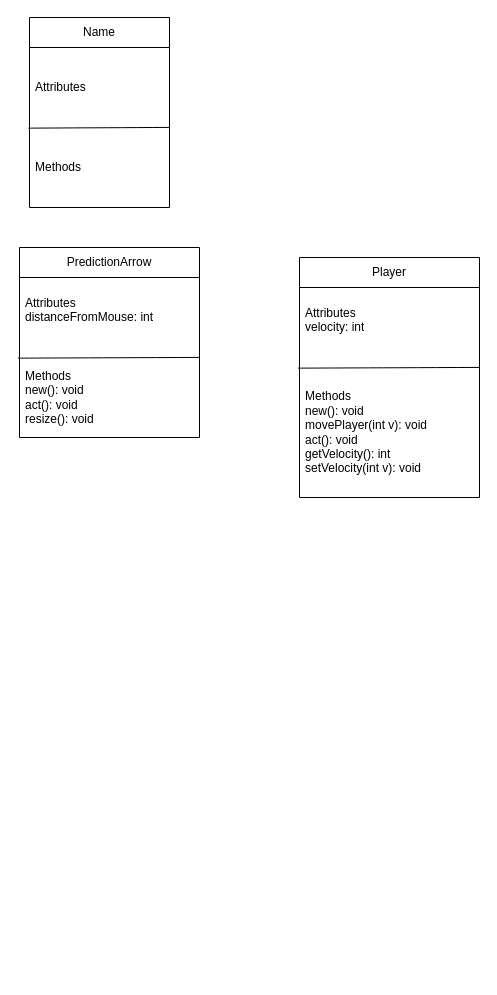
Earlier version of the draw.io diagram Class diagrams.drawio (BHASVIC-GabrielChan25/Coursework). Source tidied: cells renumbered, new cells numbered last; positions are measured from the earlier drawing's top-left corner, leaving out a move shared by most shapes. Both pictures are drawn from the tidied source at 100%, with x=0, y=0 at pixel (19, 17).
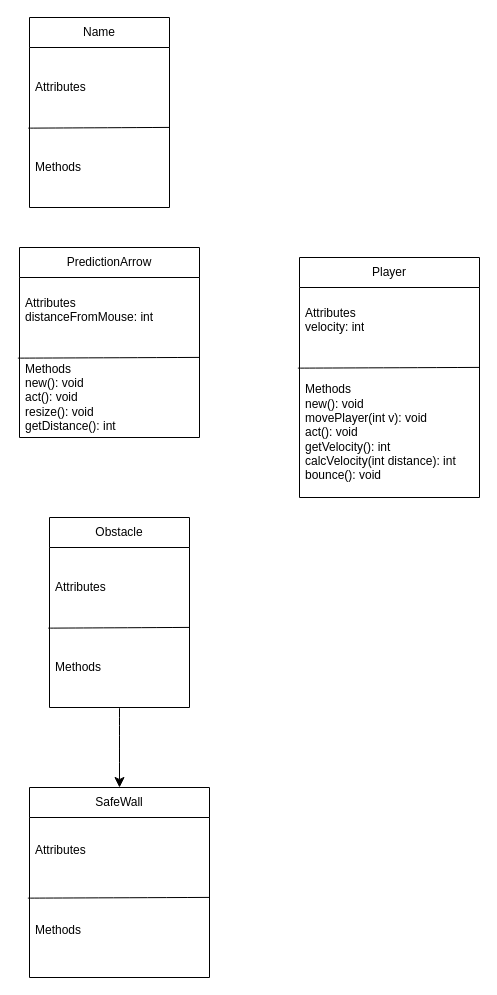
After the change.

The change refers to these unchanged cells:
```xml
<mxCell id="6" value="Player" style="swimlane;fontStyle=0;horizontal=1;startSize=30;whiteSpace=wrap;html=1;" parent="1" vertex="1">
  <mxGeometry x="280" y="240" width="180" height="240" as="geometry" />
</mxCell>
<mxCell id="10" value="PredictionArrow" style="swimlane;fontStyle=0;horizontal=1;startSize=30;whiteSpace=wrap;html=1;" parent="1" vertex="1">
  <mxGeometry y="230" width="180" height="190" as="geometry" />
</mxCell>
```

Diff of the diagram source:
```diff
@@
-    <mxCell id="8" value="Methods&lt;div&gt;new(): void&lt;/div&gt;&lt;div&gt;movePlayer(int v): void&lt;/div&gt;&lt;div&gt;act(): void&lt;/div&gt;&lt;div&gt;getVelocity(): int&lt;/div&gt;&lt;div&gt;setVelocity(int v): void&lt;/div&gt;" style="text;strokeColor=none;fillColor=none;align=left;verticalAlign=middle;spacingLeft=4;spacingRight=4;overflow=hidden;whiteSpace=wrap;html=1;" parent="6" vertex="1">
+    <mxCell id="8" value="Methods&lt;div&gt;new(): void&lt;/div&gt;&lt;div&gt;movePlayer(int v): void&lt;/div&gt;&lt;div&gt;act(): void&lt;/div&gt;&lt;div&gt;getVelocity(): int&lt;/div&gt;&lt;div&gt;&lt;span style=&quot;background-color: transparent; color: light-dark(rgb(0, 0, 0), rgb(255, 255, 255));&quot;&gt;calcVelocity(int distance): int&lt;/span&gt;&lt;/div&gt;&lt;div&gt;bounce(): void&lt;/div&gt;" style="text;strokeColor=none;fillColor=none;align=left;verticalAlign=middle;spacingLeft=4;spacingRight=4;overflow=hidden;whiteSpace=wrap;html=1;" parent="6" vertex="1">
       <mxGeometry y="110" width="180" height="130" as="geometry" />
     </mxCell>
@@
-    <mxCell id="12" value="Methods&lt;div&gt;new(): void&lt;/div&gt;&lt;div&gt;&lt;span style=&quot;background-color: transparent; color: light-dark(rgb(0, 0, 0), rgb(255, 255, 255));&quot;&gt;act(): void&lt;/span&gt;&lt;/div&gt;&lt;div&gt;resize(): void&lt;/div&gt;" style="text;strokeColor=none;fillColor=none;align=left;verticalAlign=middle;spacingLeft=4;spacingRight=4;overflow=hidden;whiteSpace=wrap;html=1;" parent="10" vertex="1">
+    <mxCell id="12" value="Methods&lt;div&gt;new(): void&lt;/div&gt;&lt;div&gt;&lt;span style=&quot;background-color: transparent; color: light-dark(rgb(0, 0, 0), rgb(255, 255, 255));&quot;&gt;act(): void&lt;/span&gt;&lt;/div&gt;&lt;div&gt;resize(): void&lt;/div&gt;&lt;div&gt;getDistance(): int&lt;/div&gt;" style="text;strokeColor=none;fillColor=none;align=left;verticalAlign=middle;spacingLeft=4;spacingRight=4;overflow=hidden;whiteSpace=wrap;html=1;" parent="10" vertex="1">
       <mxGeometry y="110" width="180" height="80" as="geometry" />
     </mxCell>
@@
+    <mxCell id="14" value="SafeWall" style="swimlane;fontStyle=0;horizontal=1;startSize=30;whiteSpace=wrap;html=1;" parent="1" vertex="1">
+      <mxGeometry x="10" y="770" width="180" height="190" as="geometry" />
+    </mxCell>
+    <mxCell id="15" value="Attributes&lt;div&gt;&lt;br&gt;&lt;/div&gt;" style="text;strokeColor=none;fillColor=none;align=left;verticalAlign=middle;spacingLeft=4;spacingRight=4;overflow=hidden;points=[[0,0.5],[1,0.5]];portConstraint=eastwest;whiteSpace=wrap;html=1;" parent="14" vertex="1">
+      <mxGeometry y="30" width="180" height="80" as="geometry" />
+    </mxCell>
+    <mxCell id="16" value="Methods&lt;div&gt;&lt;br&gt;&lt;/div&gt;" style="text;strokeColor=none;fillColor=none;align=left;verticalAlign=middle;spacingLeft=4;spacingRight=4;overflow=hidden;whiteSpace=wrap;html=1;" parent="14" vertex="1">
+      <mxGeometry y="110" width="180" height="80" as="geometry" />
+    </mxCell>
+    <mxCell id="17" style="endArrow=none;html=1;rounded=0;fontSize=12;startSize=8;endSize=8;curved=1;exitX=-0.009;exitY=1.008;exitDx=0;exitDy=0;entryX=0.998;entryY=0.999;entryDx=0;entryDy=0;exitPerimeter=0;entryPerimeter=0;" parent="14" edge="1" source="15" target="15">
+      <mxGeometry relative="1" as="geometry" />
+    </mxCell>
+    <mxCell id="18" style="edgeStyle=none;curved=1;rounded=0;jettySize=auto;html=1;entryX=0.5;entryY=0;entryDx=0;entryDy=0;fontSize=12;startSize=8;endSize=8;" parent="1" edge="1" source="19" target="14">
+      <mxGeometry relative="1" as="geometry" />
+    </mxCell>
+    <mxCell id="19" value="Obstacle" style="swimlane;fontStyle=0;horizontal=1;startSize=30;whiteSpace=wrap;html=1;" parent="1" vertex="1">
+      <mxGeometry x="30" y="500" width="140" height="190" as="geometry" />
+    </mxCell>
+    <mxCell id="20" value="Attributes" style="text;strokeColor=none;fillColor=none;align=left;verticalAlign=middle;spacingLeft=4;spacingRight=4;overflow=hidden;points=[[0,0.5],[1,0.5]];portConstraint=eastwest;whiteSpace=wrap;html=1;" parent="19" vertex="1">
+      <mxGeometry y="30" width="140" height="80" as="geometry" />
+    </mxCell>
+    <mxCell id="21" value="Methods" style="text;strokeColor=none;fillColor=none;align=left;verticalAlign=middle;spacingLeft=4;spacingRight=4;overflow=hidden;whiteSpace=wrap;html=1;" parent="19" vertex="1">
+      <mxGeometry y="110" width="140" height="80" as="geometry" />
+    </mxCell>
+    <mxCell id="22" style="endArrow=none;html=1;rounded=0;fontSize=12;startSize=8;endSize=8;curved=1;exitX=-0.009;exitY=1.008;exitDx=0;exitDy=0;entryX=0.998;entryY=0.999;entryDx=0;entryDy=0;exitPerimeter=0;entryPerimeter=0;" parent="19" edge="1" source="20" target="20">
+      <mxGeometry relative="1" as="geometry" />
+    </mxCell>
```
